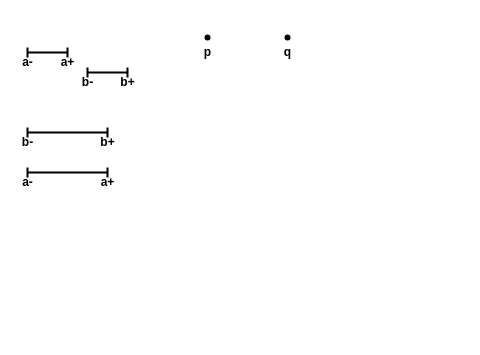
This is page "Relations-Src" (3 of 3) of res/resources.drawio from gchudnov/mindthegap, a draw.io file, before an edit. Source tidied: cells renumbered, new cells numbered last; positions are measured from the earlier drawing's top-left corner, leaving out a move shared by most shapes. Both pictures are drawn from the tidied source at 100%, with x=0, y=0 at pixel (17, 17).
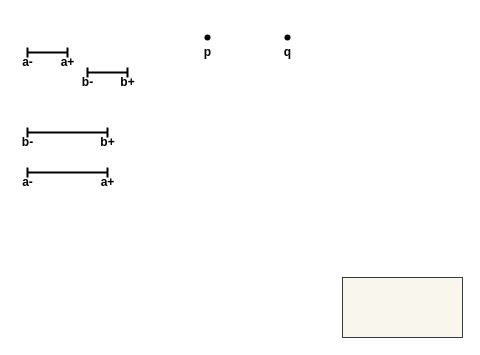
After the change.

Change to the diagram source:
```diff
@@
+    <mxCell id="20" style="rounded=0;whiteSpace=wrap;html=1;fillColor=#f9f7ed;strokeColor=#36393d;" parent="1" vertex="1">
+      <mxGeometry x="325" y="260" width="120" height="60" as="geometry" />
+    </mxCell>
```
